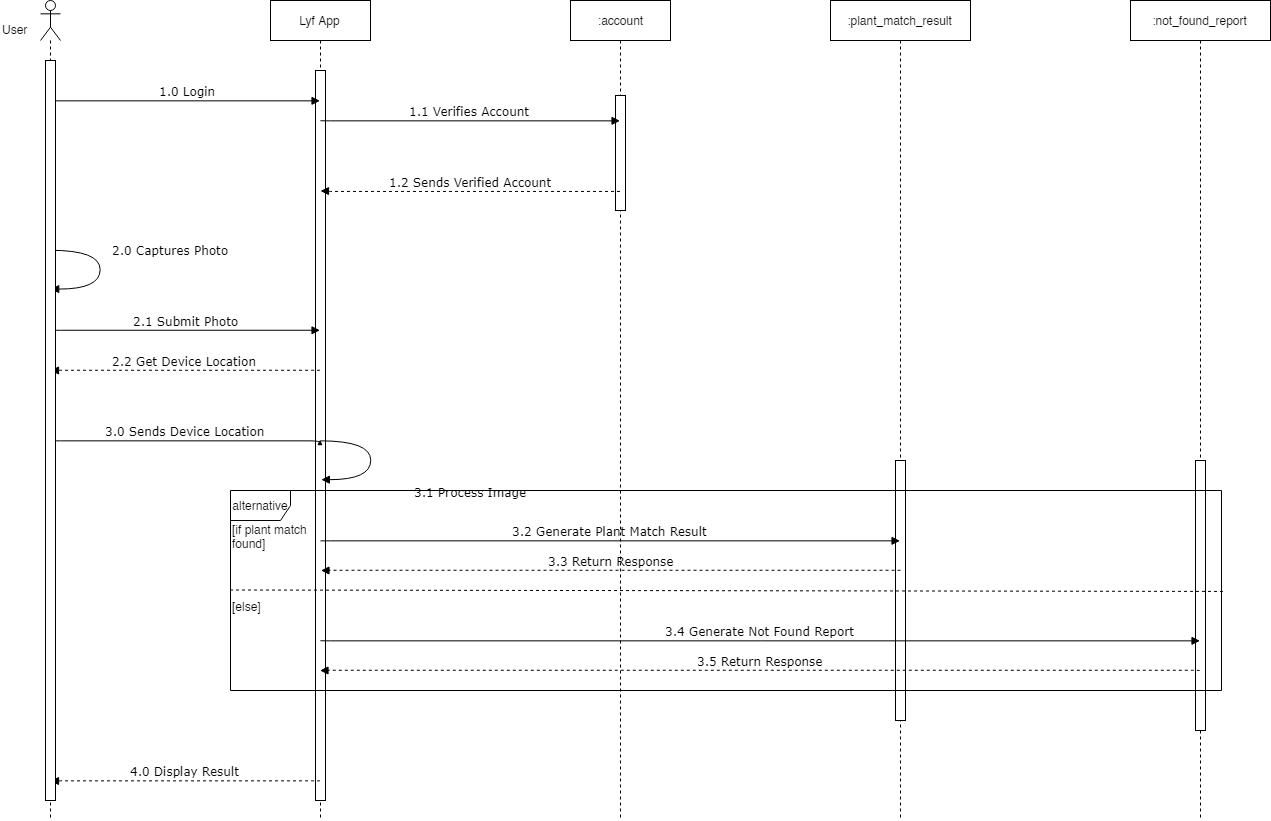
Above: Documentations/Diagrams/7-Sequence Diagram/0-Process Image/Sequence Diagram - Process Image.png in seans888/project--lyf (draw.io), before the change. Source tidied: cells renumbered, new cells last; positions are measured from the earlier drawing's top-left corner, leaving out a move shared by most shapes. The source it was exported from:
```xml
<mxGraphModel>
  <root>
    <mxCell id="0" />
    <mxCell id="1" parent="0" />
    <mxCell id="2" value="Lyf App" style="shape=umlLifeline;perimeter=lifelinePerimeter;whiteSpace=wrap;html=1;outlineConnect=0;" parent="1" vertex="1">
      <mxGeometry x="270" width="100" height="820" as="geometry" />
    </mxCell>
    <mxCell id="3" style="html=1;perimeter=orthogonalPerimeter;" parent="2" vertex="1">
      <mxGeometry x="45" y="70" width="10" height="730" as="geometry" />
    </mxCell>
    <mxCell id="4" style="shape=umlLifeline;participant=umlActor;perimeter=lifelinePerimeter;whiteSpace=wrap;html=1;verticalAlign=top;spacingTop=36;labelBackgroundColor=#ffffff;outlineConnect=0;" parent="1" vertex="1">
      <mxGeometry x="40" width="20" height="820" as="geometry" />
    </mxCell>
    <mxCell id="5" value="User" style="text;html=1;align=left;verticalAlign=top;spacingTop=-4;" parent="1" vertex="1">
      <mxGeometry y="20" width="40" height="10" as="geometry" />
    </mxCell>
    <mxCell id="6" value=":plant_match_result" style="shape=umlLifeline;perimeter=lifelinePerimeter;whiteSpace=wrap;html=1;outlineConnect=0;" parent="1" vertex="1">
      <mxGeometry x="830" width="140" height="820" as="geometry" />
    </mxCell>
    <mxCell id="7" style="html=1;perimeter=orthogonalPerimeter;" parent="6" vertex="1">
      <mxGeometry x="65" y="460" width="10" height="260" as="geometry" />
    </mxCell>
    <mxCell id="8" value=":not_found_report" style="shape=umlLifeline;perimeter=lifelinePerimeter;whiteSpace=wrap;html=1;outlineConnect=0;" parent="1" vertex="1">
      <mxGeometry x="1130" width="140" height="820" as="geometry" />
    </mxCell>
    <mxCell id="9" style="html=1;perimeter=orthogonalPerimeter;" parent="8" vertex="1">
      <mxGeometry x="65" y="460" width="10" height="270" as="geometry" />
    </mxCell>
    <mxCell id="10" value="2.0 Captures Photo" style="html=1;verticalAlign=bottom;endArrow=block;labelBackgroundColor=none;fontFamily=Verdana;fontSize=12;elbow=vertical;edgeStyle=orthogonalEdgeStyle;curved=1;" parent="1" edge="1" source="4">
      <mxGeometry x="-0.27" y="-70" relative="1" as="geometry">
        <mxPoint x="50" y="289" as="targetPoint" />
        <Array as="points">
          <mxPoint x="100" y="250" />
          <mxPoint x="100" y="289" />
        </Array>
        <mxPoint x="140" y="9" as="offset" />
      </mxGeometry>
    </mxCell>
    <mxCell id="11" value="2.1 Submit Photo" style="html=1;verticalAlign=bottom;endArrow=block;labelBackgroundColor=none;fontFamily=Verdana;fontSize=12;edgeStyle=elbowEdgeStyle;elbow=vertical;" parent="1" edge="1" target="2">
      <mxGeometry relative="1" as="geometry">
        <mxPoint x="50" y="330" as="sourcePoint" />
      </mxGeometry>
    </mxCell>
    <mxCell id="12" value="2.2 Get Device Location&lt;br&gt;" style="html=1;verticalAlign=bottom;endArrow=block;labelBackgroundColor=none;fontFamily=Verdana;fontSize=12;edgeStyle=elbowEdgeStyle;elbow=vertical;dashed=1;" parent="1" edge="1">
      <mxGeometry relative="1" as="geometry">
        <mxPoint x="319.5" y="369.8" as="sourcePoint" />
        <mxPoint x="50" y="370" as="targetPoint" />
      </mxGeometry>
    </mxCell>
    <mxCell id="13" value="3.0 Sends Device Location" style="html=1;verticalAlign=bottom;endArrow=block;labelBackgroundColor=none;fontFamily=Verdana;fontSize=12;edgeStyle=elbowEdgeStyle;elbow=vertical;" parent="1" edge="1">
      <mxGeometry relative="1" as="geometry">
        <mxPoint x="50" y="440" as="sourcePoint" />
        <mxPoint x="319.5" y="439.8" as="targetPoint" />
      </mxGeometry>
    </mxCell>
    <mxCell id="14" value="3.1 Process Image" style="html=1;verticalAlign=bottom;endArrow=block;labelBackgroundColor=none;fontFamily=Verdana;fontSize=12;elbow=vertical;edgeStyle=orthogonalEdgeStyle;curved=1;" parent="1" edge="1">
      <mxGeometry x="-0.28" y="-51" relative="1" as="geometry">
        <mxPoint x="320" y="439.8" as="sourcePoint" />
        <mxPoint x="320.2" y="478.9" as="targetPoint" />
        <Array as="points">
          <mxPoint x="370" y="440" />
          <mxPoint x="370" y="479" />
        </Array>
        <mxPoint x="101" y="10" as="offset" />
      </mxGeometry>
    </mxCell>
    <mxCell id="15" value="alternative" style="shape=umlFrame;whiteSpace=wrap;html=1;" parent="1" vertex="1">
      <mxGeometry x="230" y="490" width="991" height="200" as="geometry" />
    </mxCell>
    <mxCell id="16" value="[if plant match&lt;br&gt;found]&lt;br&gt;" style="text;html=1;align=left;verticalAlign=top;spacingTop=-4;" parent="1" vertex="1">
      <mxGeometry x="229.5" y="520" width="90" height="30" as="geometry" />
    </mxCell>
    <mxCell id="17" value="[else]" style="text;html=1;align=left;verticalAlign=top;spacingTop=-4;" parent="1" vertex="1">
      <mxGeometry x="230" y="597" width="40" height="10" as="geometry" />
    </mxCell>
    <mxCell id="18" style="endArrow=none;dashed=1;html=1;entryX=1.004;entryY=0.503;entryDx=0;entryDy=0;entryPerimeter=0;" parent="1" edge="1" target="15">
      <mxGeometry relative="1" as="geometry">
        <mxPoint x="229.5" y="589.5" as="sourcePoint" />
      </mxGeometry>
    </mxCell>
    <mxCell id="19" value="3.2 Generate Plant Match Result" style="html=1;verticalAlign=bottom;endArrow=block;labelBackgroundColor=none;fontFamily=Verdana;fontSize=12;edgeStyle=elbowEdgeStyle;elbow=vertical;" parent="1" edge="1" target="6">
      <mxGeometry relative="1" as="geometry">
        <mxPoint x="320" y="540.5" as="sourcePoint" />
      </mxGeometry>
    </mxCell>
    <mxCell id="20" value="3.4 Generate Not Found Report" style="html=1;verticalAlign=bottom;endArrow=block;labelBackgroundColor=none;fontFamily=Verdana;fontSize=12;edgeStyle=elbowEdgeStyle;elbow=vertical;" parent="1" edge="1" target="8">
      <mxGeometry relative="1" as="geometry">
        <mxPoint x="320" y="640" as="sourcePoint" />
      </mxGeometry>
    </mxCell>
    <mxCell id="21" value="4.0 Display Result&lt;br&gt;" style="html=1;verticalAlign=bottom;endArrow=block;labelBackgroundColor=none;fontFamily=Verdana;fontSize=12;edgeStyle=elbowEdgeStyle;elbow=vertical;dashed=1;" parent="1" edge="1">
      <mxGeometry relative="1" as="geometry">
        <mxPoint x="319.5" y="780.3" as="sourcePoint" />
        <mxPoint x="50" y="780.5" as="targetPoint" />
      </mxGeometry>
    </mxCell>
    <mxCell id="22" value=":account" style="shape=umlLifeline;perimeter=lifelinePerimeter;whiteSpace=wrap;html=1;outlineConnect=0;" parent="1" vertex="1">
      <mxGeometry x="570" width="100" height="820" as="geometry" />
    </mxCell>
    <mxCell id="23" style="html=1;perimeter=orthogonalPerimeter;" parent="22" vertex="1">
      <mxGeometry x="45" y="95" width="10" height="115" as="geometry" />
    </mxCell>
    <mxCell id="24" value="1.0 Login" style="html=1;verticalAlign=bottom;endArrow=block;labelBackgroundColor=none;fontFamily=Verdana;fontSize=12;edgeStyle=elbowEdgeStyle;elbow=vertical;" parent="1" edge="1" source="27">
      <mxGeometry relative="1" as="geometry">
        <mxPoint x="319.5" y="100.3" as="targetPoint" />
      </mxGeometry>
    </mxCell>
    <mxCell id="25" value="1.1 Verifies Account" style="html=1;verticalAlign=bottom;endArrow=block;labelBackgroundColor=none;fontFamily=Verdana;fontSize=12;edgeStyle=elbowEdgeStyle;elbow=vertical;" parent="1" edge="1" target="22">
      <mxGeometry relative="1" as="geometry">
        <mxPoint x="320" y="120" as="sourcePoint" />
      </mxGeometry>
    </mxCell>
    <mxCell id="26" value="1.2 Sends Verified Account&lt;br&gt;" style="html=1;verticalAlign=bottom;endArrow=block;labelBackgroundColor=none;fontFamily=Verdana;fontSize=12;edgeStyle=elbowEdgeStyle;elbow=vertical;dashed=1;" parent="1" edge="1" source="22">
      <mxGeometry relative="1" as="geometry">
        <mxPoint x="320" y="190.5" as="targetPoint" />
      </mxGeometry>
    </mxCell>
    <mxCell id="27" style="html=1;points=[];perimeter=orthogonalPerimeter;" parent="1" vertex="1">
      <mxGeometry x="45" y="60" width="10" height="740" as="geometry" />
    </mxCell>
    <mxCell id="28" value="3.3 Return Response" style="html=1;verticalAlign=bottom;endArrow=block;labelBackgroundColor=none;fontFamily=Verdana;fontSize=12;edgeStyle=elbowEdgeStyle;elbow=vertical;dashed=1;" parent="1" edge="1">
      <mxGeometry relative="1" as="geometry">
        <mxPoint x="900" y="569.9" as="sourcePoint" />
        <mxPoint x="320.5" y="570" as="targetPoint" />
      </mxGeometry>
    </mxCell>
    <mxCell id="29" value="3.5 Return Response" style="html=1;verticalAlign=bottom;endArrow=block;labelBackgroundColor=none;fontFamily=Verdana;fontSize=12;edgeStyle=elbowEdgeStyle;elbow=vertical;dashed=1;" parent="1" edge="1">
      <mxGeometry relative="1" as="geometry">
        <mxPoint x="1199" y="670.4" as="sourcePoint" />
        <mxPoint x="319.5" y="670" as="targetPoint" />
      </mxGeometry>
    </mxCell>
  </root>
</mxGraphModel>
```
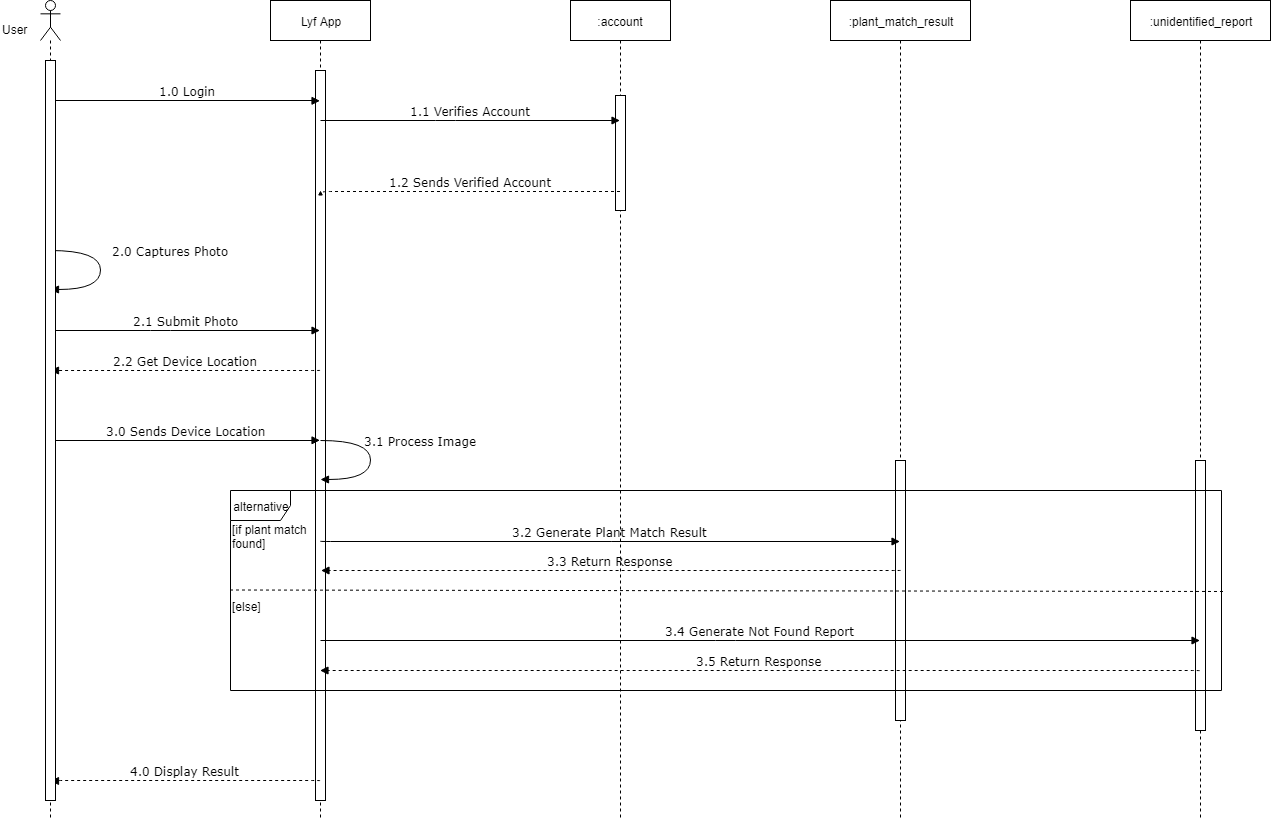
After the change.

Change to the diagram source:
```diff
@@ -20,7 +20,7 @@
     <mxCell id="7" style="html=1;perimeter=orthogonalPerimeter;" parent="6" vertex="1">
       <mxGeometry x="65" y="460" width="10" height="260" as="geometry" />
     </mxCell>
-    <mxCell id="8" value=":not_found_report" style="shape=umlLifeline;perimeter=lifelinePerimeter;whiteSpace=wrap;html=1;outlineConnect=0;" parent="1" vertex="1">
+    <mxCell id="8" value=":unidentified_report" style="shape=umlLifeline;perimeter=lifelinePerimeter;whiteSpace=wrap;html=1;outlineConnect=0;" parent="1" vertex="1">
       <mxGeometry x="1130" width="140" height="820" as="geometry" />
     </mxCell>
     <mxCell id="9" style="html=1;perimeter=orthogonalPerimeter;" parent="8" vertex="1">
```
